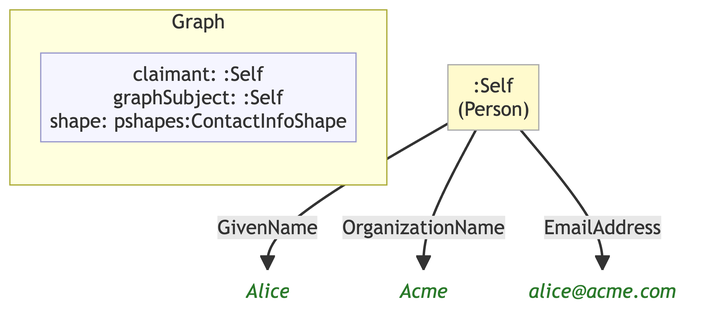
Before: example/graphs/images/graph-16.png, a diagram exported from Mermaid (MeeFoundation/mia-ontologies). Its source is kept beside it as example/graphs/images/graph-16.mmd.
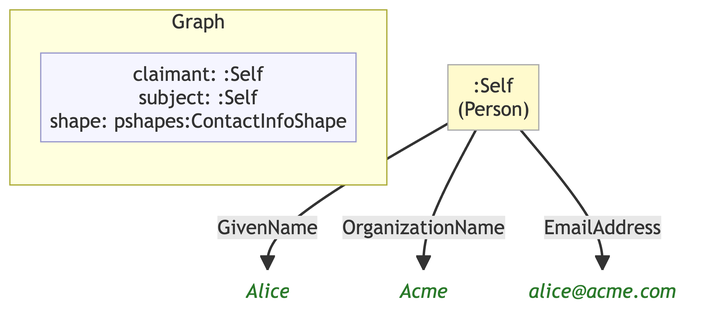
Later version of the same file.

What changed in the source:
```diff
@@ -7,14 +7,14 @@
 
     subgraph ctx["Graph"]
         direction LR
-        ctx_meta["claimant: :Self\ngraphSubject: :Self\nshape: pshapes:ContactInfoShape"]:::meta
+        ctx_meta["claimant: :Self\nsubject: :Self\nshape: pshapes:ContactInfoShape"]:::meta
     end
 
     n655e442e50be[":Self\n(Person)"]:::person
-    n48e535b46089("Alice"):::lit
-    nd6c504728ca6("Acme"):::lit
-    n920b26ba7950("alice@acme.com"):::lit
+    n92b2dcaa1cc1("Alice"):::lit
+    n5597181df6a3("Acme"):::lit
+    nb08384415b8a("alice@acme.com"):::lit
 
-    n655e442e50be -->|"GivenName"| n48e535b46089
-    n655e442e50be -->|"OrganizationName"| nd6c504728ca6
-    n655e442e50be -->|"EmailAddress"| n920b26ba7950
+    n655e442e50be -->|"GivenName"| n92b2dcaa1cc1
+    n655e442e50be -->|"OrganizationName"| n5597181df6a3
+    n655e442e50be -->|"EmailAddress"| nb08384415b8a
```
